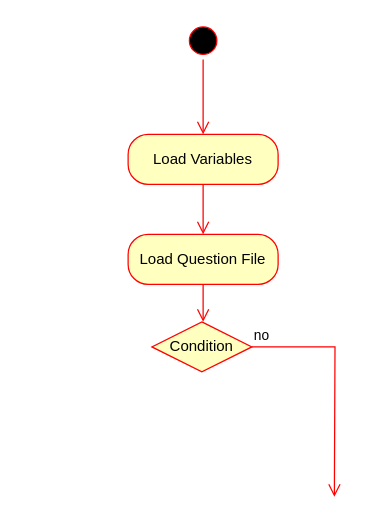
The draw.io diagram Untitled Diagram.drawio in JFinnTeacher/PME-Coding-with-Syntax, before the edit. Source tidied: cells renumbered, new cells numbered last; positions are measured from the earlier drawing's top-left corner, leaving out a move shared by most shapes. Both pictures are drawn from the tidied source at 125%, with x=0, y=0 at pixel (128, 21).
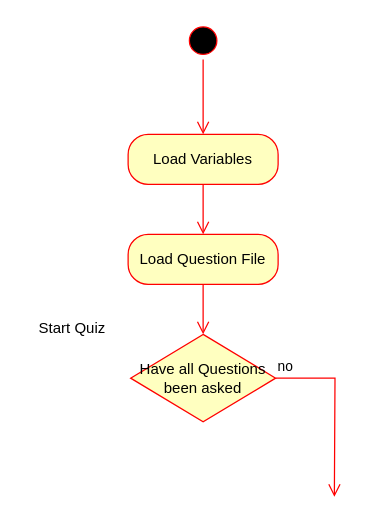
The same diagram, later.

Change to the diagram source:
```diff
@@
 <mxGraphModel>
   <root>
     <mxCell id="0" />
     <mxCell id="1" parent="0" />
     <mxCell id="2" value="Load Variables" style="rounded=1;whiteSpace=wrap;html=1;arcSize=40;fontColor=#000000;fillColor=#ffffc0;strokeColor=#ff0000;" parent="1" vertex="1">
       <mxGeometry y="90" width="120" height="40" as="geometry" />
     </mxCell>
     <mxCell id="3" style="edgeStyle=orthogonalEdgeStyle;html=1;verticalAlign=bottom;endArrow=open;endSize=8;strokeColor=#ff0000;rounded=0;" parent="1" edge="1" source="2">
       <mxGeometry relative="1" as="geometry">
         <mxPoint x="60" y="170" as="targetPoint" />
       </mxGeometry>
     </mxCell>
     <mxCell id="4" style="ellipse;html=1;shape=startState;fillColor=#000000;strokeColor=#ff0000;" parent="1" vertex="1">
       <mxGeometry x="45" width="30" height="30" as="geometry" />
     </mxCell>
     <mxCell id="5" style="edgeStyle=orthogonalEdgeStyle;html=1;verticalAlign=bottom;endArrow=open;endSize=8;strokeColor=#ff0000;rounded=0;" parent="1" edge="1" source="4">
       <mxGeometry relative="1" as="geometry">
         <mxPoint x="60" y="90" as="targetPoint" />
       </mxGeometry>
     </mxCell>
     <mxCell id="6" value="Load Question File" style="rounded=1;whiteSpace=wrap;html=1;arcSize=40;fontColor=#000000;fillColor=#ffffc0;strokeColor=#ff0000;" parent="1" vertex="1">
       <mxGeometry y="170" width="120" height="40" as="geometry" />
     </mxCell>
-    <mxCell id="7" style="edgeStyle=orthogonalEdgeStyle;html=1;verticalAlign=bottom;endArrow=open;endSize=8;strokeColor=#ff0000;rounded=0;" parent="1" edge="1" source="6">
-      <mxGeometry relative="1" as="geometry">
-        <mxPoint x="60" y="240" as="targetPoint" />
-      </mxGeometry>
+    <mxCell id="7" style="edgeStyle=orthogonalEdgeStyle;html=1;verticalAlign=bottom;endArrow=open;endSize=8;strokeColor=#ff0000;rounded=0;entryX=0.5;entryY=0;entryDx=0;entryDy=0;" parent="1" edge="1" source="6" target="8">
+      <mxGeometry relative="1" as="geometry" />
     </mxCell>
-    <mxCell id="8" value="Condition" style="rhombus;whiteSpace=wrap;html=1;fontColor=#000000;fillColor=#ffffc0;strokeColor=#ff0000;" parent="1" vertex="1">
-      <mxGeometry x="19" y="240" width="80" height="40" as="geometry" />
+    <mxCell id="8" value="Have all Questions been asked" style="rhombus;whiteSpace=wrap;html=1;fontColor=#000000;fillColor=#ffffc0;strokeColor=#ff0000;" parent="1" vertex="1">
+      <mxGeometry x="2" y="250" width="116" height="70" as="geometry" />
     </mxCell>
     <mxCell id="9" value="no" style="edgeStyle=orthogonalEdgeStyle;html=1;align=left;verticalAlign=bottom;endArrow=open;endSize=8;strokeColor=#ff0000;rounded=0;" parent="1" edge="1" source="8">
       <mxGeometry x="-1" relative="1" as="geometry">
         <mxPoint x="165" y="380" as="targetPoint" />
       </mxGeometry>
     </mxCell>
+    <mxCell id="10" value="Start Quiz" style="text;html=1;align=center;verticalAlign=middle;strokeColor=none;fillColor=none;" parent="1" vertex="1">
+      <mxGeometry x="-85" y="230" width="80" height="30" as="geometry" />
+    </mxCell>
   </root>
 </mxGraphModel>
```
